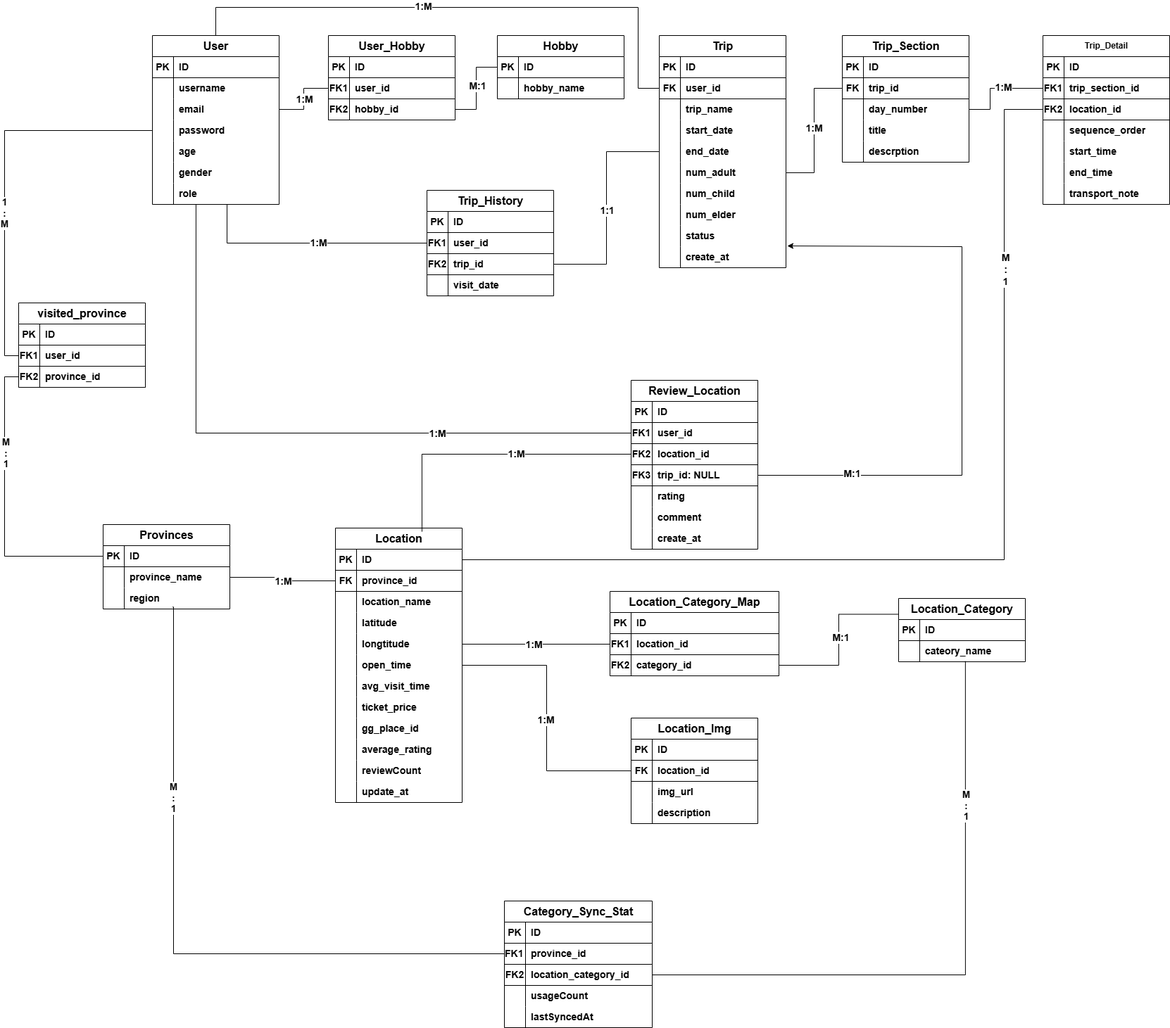
The draw.io diagram Database_Design/database.drawio.png in Quanbro07/Loko-Project, before a commit. Source tidied: cells renumbered, new cells last; positions are measured from the earlier drawing's top-left corner, leaving out a move shared by most shapes.
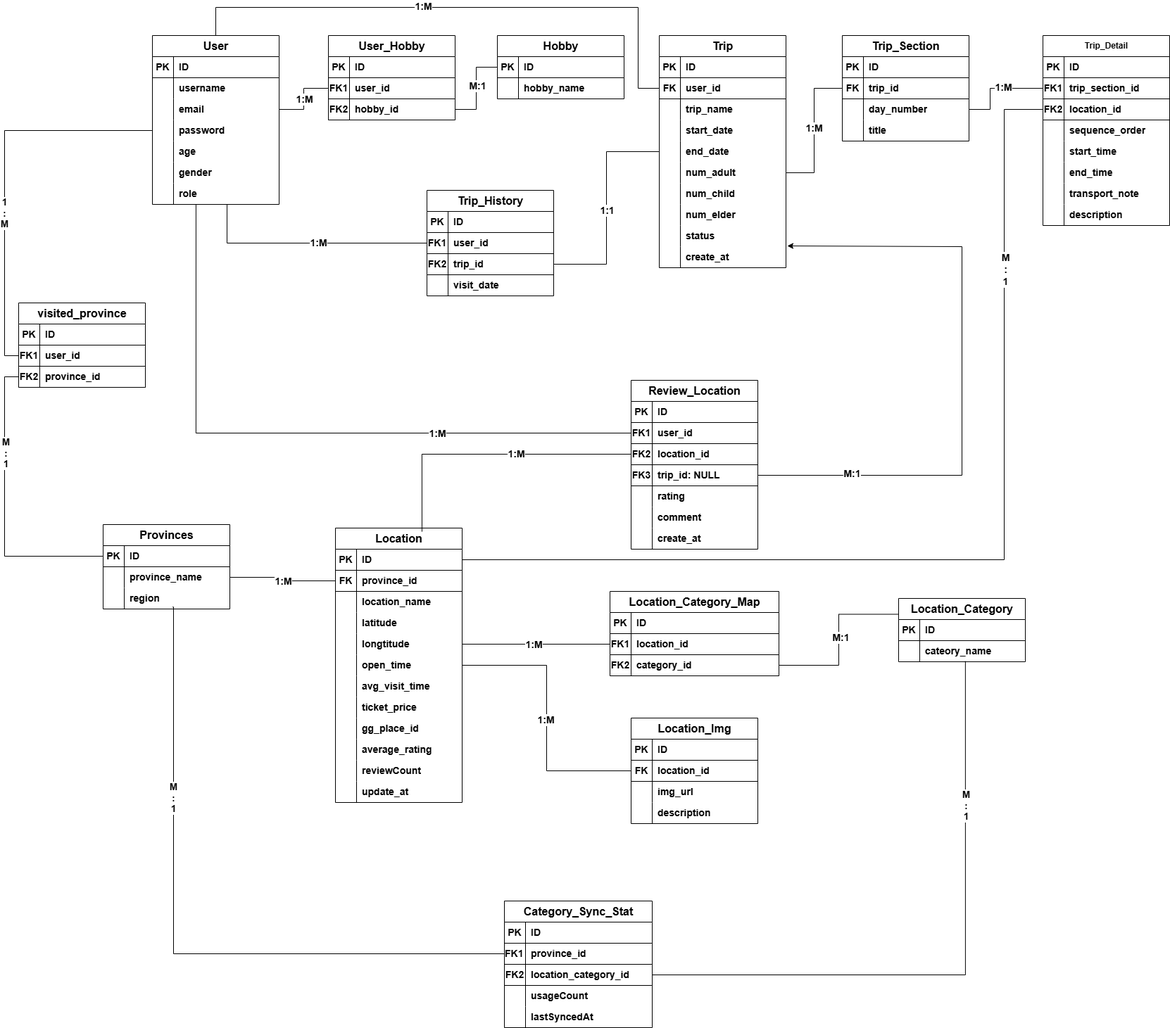
The same diagram one commit later.

Change to the diagram source:
```diff
@@ -417,7 +417,7 @@
       <mxGeometry x="30" width="150" height="30" as="geometry" />
     </mxCell>
     <mxCell id="138" value="&lt;font style=&quot;font-size: 16px;&quot;&gt;Trip_Section&lt;/font&gt;" style="shape=table;startSize=30;rowLines=0;fontStyle=1;align=center;html=1;" parent="1" vertex="1">
-      <mxGeometry x="1170" y="40" width="180" height="180" as="geometry" />
+      <mxGeometry x="1170" y="40" width="180" height="150" as="geometry" />
     </mxCell>
     <mxCell id="139" style="shape=tableRow;horizontal=0;startSize=0;swimlaneHead=0;swimlaneBody=0;fillColor=none;top=0;left=0;right=0;bottom=1;" parent="138" vertex="1">
       <mxGeometry y="30" width="180" height="30" as="geometry" />
@@ -455,17 +455,8 @@
     <mxCell id="150" value="title" style="shape=partialRectangle;fillColor=none;top=0;left=0;bottom=0;right=0;align=left;spacingLeft=6;overflow=hidden;whiteSpace=wrap;html=1;fontStyle=1;fontSize=14;" parent="148" vertex="1">
       <mxGeometry x="30" width="150" height="30" as="geometry" />
     </mxCell>
-    <mxCell id="151" style="shape=tableRow;horizontal=0;startSize=0;swimlaneHead=0;swimlaneBody=0;fillColor=none;top=0;left=0;right=0;bottom=0;" parent="138" vertex="1">
-      <mxGeometry y="150" width="180" height="30" as="geometry" />
-    </mxCell>
-    <mxCell id="152" style="shape=partialRectangle;fillColor=none;top=0;left=0;bottom=0;right=0;overflow=hidden;whiteSpace=wrap;html=1;" parent="151" vertex="1">
-      <mxGeometry width="30" height="30" as="geometry" />
-    </mxCell>
-    <mxCell id="153" value="descrption" style="shape=partialRectangle;fillColor=none;top=0;left=0;bottom=0;right=0;align=left;spacingLeft=6;overflow=hidden;whiteSpace=wrap;html=1;fontStyle=1;fontSize=14;" parent="151" vertex="1">
-      <mxGeometry x="30" width="150" height="30" as="geometry" />
-    </mxCell>
     <mxCell id="154" value="Trip_Detail" style="shape=table;startSize=30;rowLines=0;fontStyle=1;align=center;html=1;" parent="1" vertex="1">
-      <mxGeometry x="1455" y="40" width="180" height="240" as="geometry" />
+      <mxGeometry x="1455" y="40" width="180" height="270" as="geometry" />
     </mxCell>
     <mxCell id="155" style="shape=tableRow;horizontal=0;startSize=0;swimlaneHead=0;swimlaneBody=0;fillColor=none;top=0;left=0;right=0;bottom=1;" parent="154" vertex="1">
       <mxGeometry y="30" width="180" height="30" as="geometry" />
@@ -530,6 +521,15 @@
     <mxCell id="175" value="transport_note" style="shape=partialRectangle;fillColor=none;top=0;left=0;bottom=0;right=0;align=left;spacingLeft=6;overflow=hidden;whiteSpace=wrap;html=1;fontStyle=1;fontSize=14;" parent="173" vertex="1">
       <mxGeometry x="30" width="150" height="30" as="geometry" />
     </mxCell>
+    <mxCell id="286" style="shape=tableRow;horizontal=0;startSize=0;swimlaneHead=0;swimlaneBody=0;fillColor=none;top=0;left=0;right=0;bottom=0;" parent="154" vertex="1">
+      <mxGeometry y="240" width="180" height="30" as="geometry" />
+    </mxCell>
+    <mxCell id="152" style="shape=partialRectangle;fillColor=none;top=0;left=0;bottom=0;right=0;overflow=hidden;whiteSpace=wrap;html=1;" parent="286" vertex="1">
+      <mxGeometry width="30" height="30" as="geometry" />
+    </mxCell>
+    <mxCell id="287" value="description" style="shape=partialRectangle;fillColor=none;top=0;left=0;bottom=0;right=0;align=left;spacingLeft=6;overflow=hidden;whiteSpace=wrap;html=1;fontStyle=1;fontSize=14;" parent="286" vertex="1">
+      <mxGeometry x="30" width="150" height="30" as="geometry" />
+    </mxCell>
     <mxCell id="176" value="&lt;font style=&quot;font-size: 16px;&quot;&gt;Trip_History&lt;/font&gt;" style="shape=table;startSize=30;rowLines=0;fontStyle=1;align=center;html=1;fontSize=14;" parent="1" vertex="1">
       <mxGeometry x="580" y="260" width="180" height="150" as="geometry" />
     </mxCell>
```
